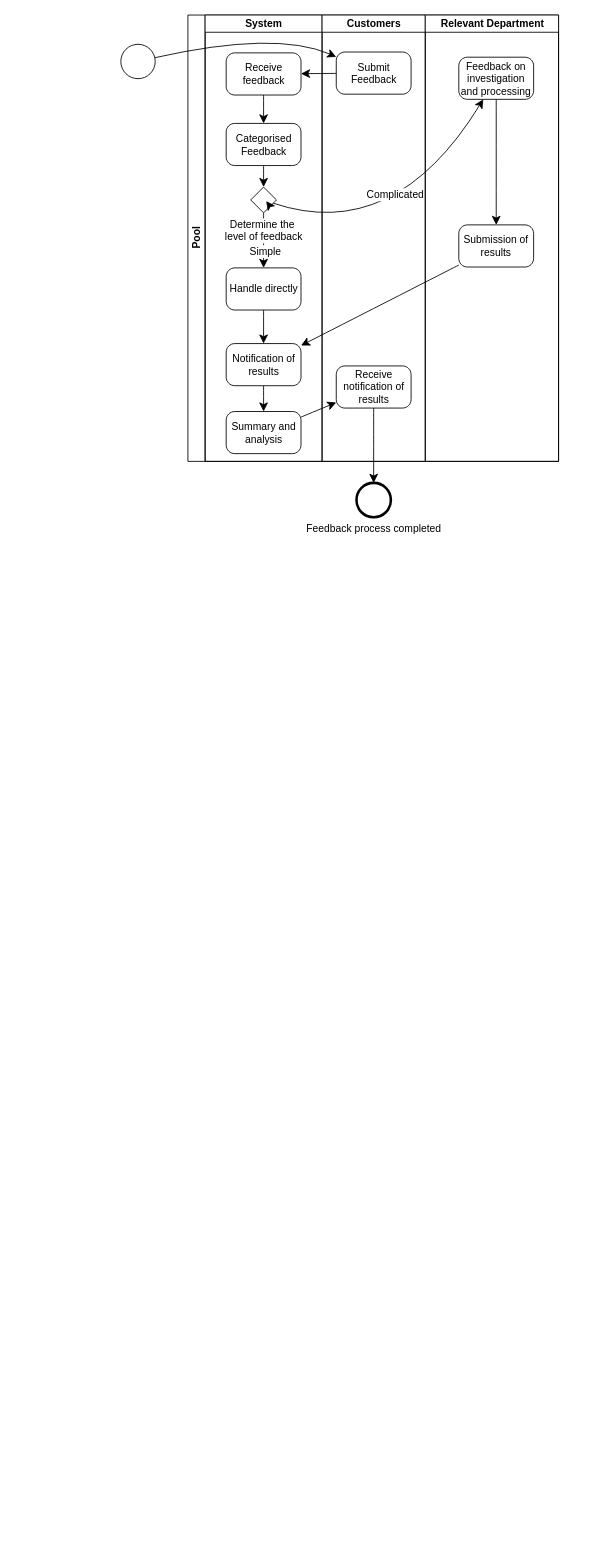
Above: 8.drawio in paasche0906/draw.io (draw.io), before the change. Source tidied: cells renumbered, new cells numbered last; positions are measured from the earlier drawing's top-left corner, leaving out a move shared by most shapes. Both pictures are drawn from the tidied source at 86%, with x=0, y=0 at pixel (120, 15).
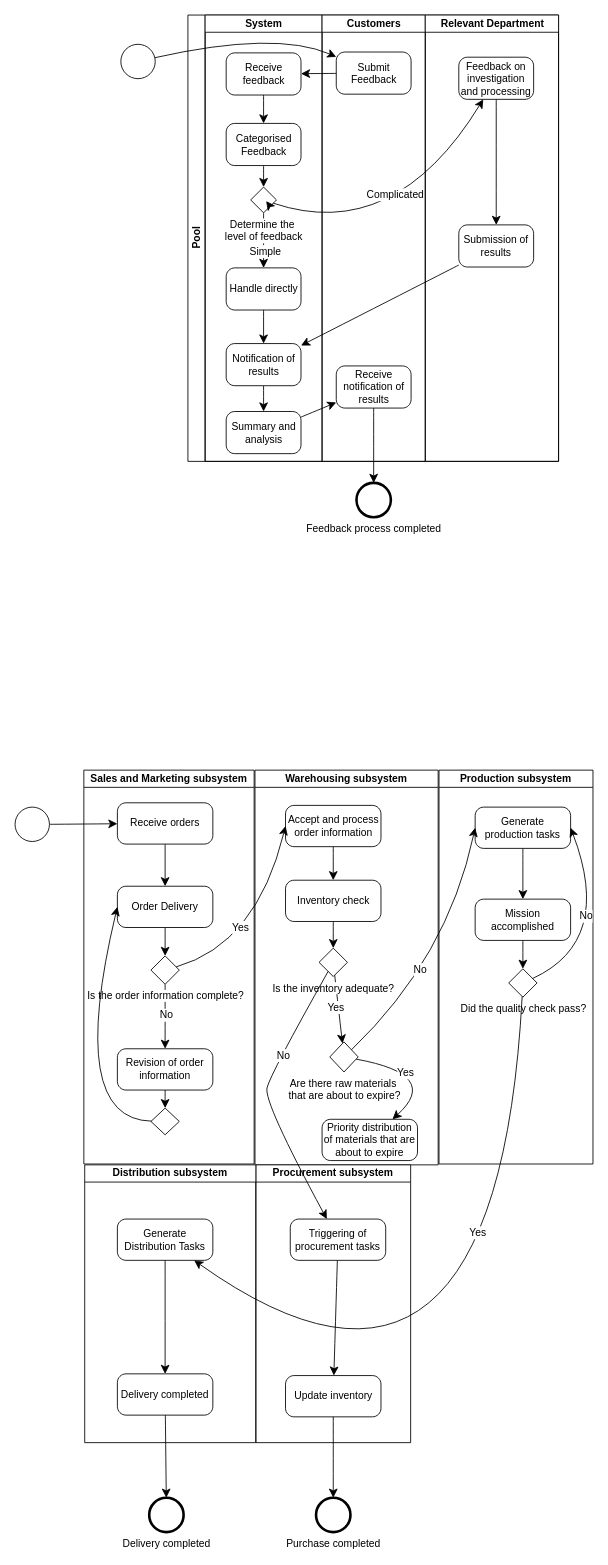
The same diagram, later.

What changed in the source:
```diff
@@
+    <mxCell id="33" value="Sales and Marketing subsystem" style="swimlane;startSize=20;whiteSpace=wrap;html=1;" parent="1" vertex="1">
+      <mxGeometry x="-43" y="878" width="198" height="458" as="geometry" />
+    </mxCell>
+    <mxCell id="34" style="edgeStyle=none;curved=1;rounded=0;jettySize=auto;html=1;fontSize=12;startSize=8;endSize=8;" parent="33" edge="1" source="35" target="37">
+      <mxGeometry relative="1" as="geometry" />
+    </mxCell>
+    <mxCell id="35" value="Receive orders" style="points=[[0.25,0,0],[0.5,0,0],[0.75,0,0],[1,0.25,0],[1,0.5,0],[1,0.75,0],[0.75,1,0],[0.5,1,0],[0.25,1,0],[0,0.75,0],[0,0.5,0],[0,0.25,0]];shape=mxgraph.bpmn.task;whiteSpace=wrap;rectStyle=rounded;size=10;html=1;taskMarker=abstract;" parent="33" vertex="1">
+      <mxGeometry x="39" y="38" width="111" height="48" as="geometry" />
+    </mxCell>
+    <mxCell id="36" style="edgeStyle=none;curved=1;rounded=0;jettySize=auto;html=1;fontSize=12;startSize=8;endSize=8;" parent="33" edge="1" source="37" target="40">
+      <mxGeometry relative="1" as="geometry" />
+    </mxCell>
+    <mxCell id="37" value="Order Delivery" style="points=[[0.25,0,0],[0.5,0,0],[0.75,0,0],[1,0.25,0],[1,0.5,0],[1,0.75,0],[0.75,1,0],[0.5,1,0],[0.25,1,0],[0,0.75,0],[0,0.5,0],[0,0.25,0]];shape=mxgraph.bpmn.task;whiteSpace=wrap;rectStyle=rounded;size=10;html=1;taskMarker=abstract;" parent="33" vertex="1">
+      <mxGeometry x="39" y="135" width="111" height="48" as="geometry" />
+    </mxCell>
+    <mxCell id="38" style="edgeStyle=none;curved=1;rounded=0;jettySize=auto;html=1;fontSize=12;startSize=8;endSize=8;" parent="33" edge="1" source="40" target="43">
+      <mxGeometry relative="1" as="geometry" />
+    </mxCell>
+    <mxCell id="39" value="No" style="edgeLabel;html=1;align=center;verticalAlign=middle;fontSize=12;" parent="38" vertex="1">
+      <mxGeometry x="-0.08" y="1" relative="1" as="geometry" />
+    </mxCell>
+    <mxCell id="40" value="Is the order information complete?" style="points=[[0.25,0.25,0],[0.5,0,0],[0.75,0.25,0],[1,0.5,0],[0.75,0.75,0],[0.5,1,0],[0.25,0.75,0],[0,0.5,0]];shape=mxgraph.bpmn.gateway2;html=1;verticalLabelPosition=bottom;labelBackgroundColor=#ffffff;verticalAlign=top;align=center;perimeter=rhombusPerimeter;outlineConnect=0;outline=none;symbol=none;" parent="33" vertex="1">
+      <mxGeometry x="78" y="216" width="33" height="33" as="geometry" />
+    </mxCell>
+    <mxCell id="41" style="points=[[0.25,0.25,0],[0.5,0,0],[0.75,0.25,0],[1,0.5,0],[0.75,0.75,0],[0.5,1,0],[0.25,0.75,0],[0,0.5,0]];shape=mxgraph.bpmn.gateway2;html=1;verticalLabelPosition=bottom;labelBackgroundColor=#ffffff;verticalAlign=top;align=center;perimeter=rhombusPerimeter;outlineConnect=0;outline=none;symbol=none;" parent="33" vertex="1">
+      <mxGeometry x="78" y="393" width="33" height="31" as="geometry" />
+    </mxCell>
+    <mxCell id="42" style="edgeStyle=none;curved=1;rounded=0;jettySize=auto;html=1;fontSize=12;startSize=8;endSize=8;" parent="33" edge="1" source="43" target="41">
+      <mxGeometry relative="1" as="geometry" />
+    </mxCell>
+    <mxCell id="43" value="Revision of order information" style="points=[[0.25,0,0],[0.5,0,0],[0.75,0,0],[1,0.25,0],[1,0.5,0],[1,0.75,0],[0.75,1,0],[0.5,1,0],[0.25,1,0],[0,0.75,0],[0,0.5,0],[0,0.25,0]];shape=mxgraph.bpmn.task;whiteSpace=wrap;rectStyle=rounded;size=10;html=1;taskMarker=abstract;" parent="33" vertex="1">
+      <mxGeometry x="39" y="324" width="111" height="48" as="geometry" />
+    </mxCell>
+    <mxCell id="44" style="edgeStyle=none;curved=1;rounded=0;jettySize=auto;html=1;entryX=0;entryY=0.5;entryDx=0;entryDy=0;entryPerimeter=0;fontSize=12;startSize=8;endSize=8;" parent="33" edge="1" source="41" target="37">
+      <mxGeometry relative="1" as="geometry">
+        <Array as="points">
+          <mxPoint x="-20" y="406" />
+        </Array>
+      </mxGeometry>
+    </mxCell>
+    <mxCell id="45" value="Warehousing subsystem" style="swimlane;startSize=20;whiteSpace=wrap;html=1;" parent="1" vertex="1">
+      <mxGeometry x="156" y="878" width="213" height="459" as="geometry" />
+    </mxCell>
+    <mxCell id="46" style="edgeStyle=none;curved=1;rounded=0;jettySize=auto;html=1;fontSize=12;startSize=8;endSize=8;" parent="45" edge="1" source="47" target="52">
+      <mxGeometry relative="1" as="geometry" />
+    </mxCell>
+    <mxCell id="47" value="Inventory check" style="points=[[0.25,0,0],[0.5,0,0],[0.75,0,0],[1,0.25,0],[1,0.5,0],[1,0.75,0],[0.75,1,0],[0.5,1,0],[0.25,1,0],[0,0.75,0],[0,0.5,0],[0,0.25,0]];shape=mxgraph.bpmn.task;whiteSpace=wrap;rectStyle=rounded;size=10;html=1;taskMarker=abstract;" parent="45" vertex="1">
+      <mxGeometry x="35.5" y="128" width="111" height="48" as="geometry" />
+    </mxCell>
+    <mxCell id="48" style="edgeStyle=none;curved=1;rounded=0;jettySize=auto;html=1;fontSize=12;startSize=8;endSize=8;" parent="45" edge="1" source="49" target="47">
+      <mxGeometry relative="1" as="geometry" />
+    </mxCell>
+    <mxCell id="49" value="Accept and process order information" style="points=[[0.25,0,0],[0.5,0,0],[0.75,0,0],[1,0.25,0],[1,0.5,0],[1,0.75,0],[0.75,1,0],[0.5,1,0],[0.25,1,0],[0,0.75,0],[0,0.5,0],[0,0.25,0]];shape=mxgraph.bpmn.task;whiteSpace=wrap;rectStyle=rounded;size=10;html=1;taskMarker=abstract;" parent="45" vertex="1">
+      <mxGeometry x="35.5" y="41" width="111" height="48" as="geometry" />
+    </mxCell>
+    <mxCell id="50" style="edgeStyle=none;curved=1;rounded=0;jettySize=auto;html=1;fontSize=12;startSize=8;endSize=8;" parent="45" edge="1" source="52" target="55">
+      <mxGeometry relative="1" as="geometry" />
+    </mxCell>
+    <mxCell id="51" value="Yes" style="edgeLabel;html=1;align=center;verticalAlign=middle;fontSize=12;" parent="50" vertex="1">
+      <mxGeometry x="-0.07" y="-3" relative="1" as="geometry" />
+    </mxCell>
+    <mxCell id="52" value="Is the inventory adequate?" style="points=[[0.25,0.25,0],[0.5,0,0],[0.75,0.25,0],[1,0.5,0],[0.75,0.75,0],[0.5,1,0],[0.25,0.75,0],[0,0.5,0]];shape=mxgraph.bpmn.gateway2;html=1;verticalLabelPosition=bottom;labelBackgroundColor=#ffffff;verticalAlign=top;align=center;perimeter=rhombusPerimeter;outlineConnect=0;outline=none;symbol=none;" parent="45" vertex="1">
+      <mxGeometry x="74.5" y="207" width="33" height="33" as="geometry" />
+    </mxCell>
+    <mxCell id="53" style="edgeStyle=none;curved=1;rounded=0;jettySize=auto;html=1;fontSize=12;startSize=8;endSize=8;" parent="45" edge="1" source="55" target="57">
+      <mxGeometry relative="1" as="geometry">
+        <Array as="points">
+          <mxPoint x="217" y="354" />
+        </Array>
+      </mxGeometry>
+    </mxCell>
+    <mxCell id="54" value="Yes" style="edgeLabel;html=1;align=center;verticalAlign=middle;fontSize=12;" parent="53" vertex="1">
+      <mxGeometry x="-0.34" y="-5" relative="1" as="geometry" />
+    </mxCell>
+    <mxCell id="55" value="Are there raw materials&amp;nbsp;&lt;div&gt;that are about to expire?&lt;/div&gt;" style="points=[[0.25,0.25,0],[0.5,0,0],[0.75,0.25,0],[1,0.5,0],[0.75,0.75,0],[0.5,1,0],[0.25,0.75,0],[0,0.5,0]];shape=mxgraph.bpmn.gateway2;html=1;verticalLabelPosition=bottom;labelBackgroundColor=#ffffff;verticalAlign=top;align=center;perimeter=rhombusPerimeter;outlineConnect=0;outline=none;symbol=none;" parent="45" vertex="1">
+      <mxGeometry x="87" y="316" width="33" height="35" as="geometry" />
+    </mxCell>
+    <mxCell id="56" style="edgeStyle=none;curved=1;rounded=0;orthogonalLoop=1;jettySize=auto;html=1;exitX=0.75;exitY=0.75;exitDx=0;exitDy=0;exitPerimeter=0;fontSize=12;startSize=8;endSize=8;" parent="45" edge="1" source="55" target="55">
+      <mxGeometry relative="1" as="geometry" />
+    </mxCell>
+    <mxCell id="57" value="Priority distribution of materials that are about to expire" style="points=[[0.25,0,0],[0.5,0,0],[0.75,0,0],[1,0.25,0],[1,0.5,0],[1,0.75,0],[0.75,1,0],[0.5,1,0],[0.25,1,0],[0,0.75,0],[0,0.5,0],[0,0.25,0]];shape=mxgraph.bpmn.task;whiteSpace=wrap;rectStyle=rounded;size=10;html=1;taskMarker=abstract;" parent="45" vertex="1">
+      <mxGeometry x="78" y="406" width="111" height="48" as="geometry" />
+    </mxCell>
+    <mxCell id="58" value="Production subsystem" style="swimlane;startSize=20;whiteSpace=wrap;html=1;" parent="1" vertex="1">
+      <mxGeometry x="370" y="878" width="179" height="458" as="geometry" />
+    </mxCell>
+    <mxCell id="59" style="edgeStyle=none;curved=1;rounded=0;jettySize=auto;html=1;fontSize=12;startSize=8;endSize=8;" parent="58" edge="1" source="60" target="62">
+      <mxGeometry relative="1" as="geometry" />
+    </mxCell>
+    <mxCell id="60" value="Generate production tasks" style="points=[[0.25,0,0],[0.5,0,0],[0.75,0,0],[1,0.25,0],[1,0.5,0],[1,0.75,0],[0.75,1,0],[0.5,1,0],[0.25,1,0],[0,0.75,0],[0,0.5,0],[0,0.25,0]];shape=mxgraph.bpmn.task;whiteSpace=wrap;rectStyle=rounded;size=10;html=1;taskMarker=abstract;" parent="58" vertex="1">
+      <mxGeometry x="42" y="43" width="111" height="48" as="geometry" />
+    </mxCell>
+    <mxCell id="61" style="edgeStyle=none;curved=1;rounded=0;jettySize=auto;html=1;fontSize=12;startSize=8;endSize=8;" parent="58" edge="1" source="62" target="63">
+      <mxGeometry relative="1" as="geometry" />
+    </mxCell>
+    <mxCell id="62" value="Mission accomplished" style="points=[[0.25,0,0],[0.5,0,0],[0.75,0,0],[1,0.25,0],[1,0.5,0],[1,0.75,0],[0.75,1,0],[0.5,1,0],[0.25,1,0],[0,0.75,0],[0,0.5,0],[0,0.25,0]];shape=mxgraph.bpmn.task;whiteSpace=wrap;rectStyle=rounded;size=10;html=1;taskMarker=abstract;" parent="58" vertex="1">
+      <mxGeometry x="42" y="150" width="111" height="48" as="geometry" />
+    </mxCell>
+    <mxCell id="63" value="Did the quality check pass?" style="points=[[0.25,0.25,0],[0.5,0,0],[0.75,0.25,0],[1,0.5,0],[0.75,0.75,0],[0.5,1,0],[0.25,0.75,0],[0,0.5,0]];shape=mxgraph.bpmn.gateway2;html=1;verticalLabelPosition=bottom;labelBackgroundColor=#ffffff;verticalAlign=top;align=center;perimeter=rhombusPerimeter;outlineConnect=0;outline=none;symbol=none;" parent="58" vertex="1">
+      <mxGeometry x="81" y="231" width="33" height="33" as="geometry" />
+    </mxCell>
+    <mxCell id="64" style="edgeStyle=none;curved=1;rounded=0;jettySize=auto;html=1;entryX=1;entryY=0.5;entryDx=0;entryDy=0;entryPerimeter=0;fontSize=12;startSize=8;endSize=8;" parent="58" edge="1" source="63" target="60">
+      <mxGeometry relative="1" as="geometry">
+        <Array as="points">
+          <mxPoint x="203" y="199" />
+        </Array>
+      </mxGeometry>
+    </mxCell>
+    <mxCell id="65" value="No" style="edgeLabel;html=1;align=center;verticalAlign=middle;fontSize=12;" parent="64" vertex="1">
+      <mxGeometry x="0.16" y="20" relative="1" as="geometry">
+        <mxPoint y="-1" as="offset" />
+      </mxGeometry>
+    </mxCell>
+    <mxCell id="66" value="Procurement subsystem" style="swimlane;startSize=20;whiteSpace=wrap;html=1;" parent="1" vertex="1">
+      <mxGeometry x="157" y="1337" width="180" height="323" as="geometry" />
+    </mxCell>
+    <mxCell id="67" style="edgeStyle=none;curved=1;rounded=0;jettySize=auto;html=1;fontSize=12;startSize=8;endSize=8;" parent="66" edge="1" source="68" target="69">
+      <mxGeometry relative="1" as="geometry" />
+    </mxCell>
+    <mxCell id="68" value="Triggering of procurement tasks" style="points=[[0.25,0,0],[0.5,0,0],[0.75,0,0],[1,0.25,0],[1,0.5,0],[1,0.75,0],[0.75,1,0],[0.5,1,0],[0.25,1,0],[0,0.75,0],[0,0.5,0],[0,0.25,0]];shape=mxgraph.bpmn.task;whiteSpace=wrap;rectStyle=rounded;size=10;html=1;taskMarker=abstract;" parent="66" vertex="1">
+      <mxGeometry x="40" y="63" width="111" height="48" as="geometry" />
+    </mxCell>
+    <mxCell id="69" value="Update inventory" style="points=[[0.25,0,0],[0.5,0,0],[0.75,0,0],[1,0.25,0],[1,0.5,0],[1,0.75,0],[0.75,1,0],[0.5,1,0],[0.25,1,0],[0,0.75,0],[0,0.5,0],[0,0.25,0]];shape=mxgraph.bpmn.task;whiteSpace=wrap;rectStyle=rounded;size=10;html=1;taskMarker=abstract;" parent="66" vertex="1">
+      <mxGeometry x="34.5" y="245" width="111" height="48" as="geometry" />
+    </mxCell>
+    <mxCell id="70" style="edgeStyle=none;curved=1;rounded=0;jettySize=auto;html=1;fontSize=12;startSize=8;endSize=8;" parent="1" edge="1" source="71" target="35">
+      <mxGeometry relative="1" as="geometry" />
+    </mxCell>
+    <mxCell id="71" style="points=[[0.145,0.145,0],[0.5,0,0],[0.855,0.145,0],[1,0.5,0],[0.855,0.855,0],[0.5,1,0],[0.145,0.855,0],[0,0.5,0]];shape=mxgraph.bpmn.event;html=1;verticalLabelPosition=bottom;labelBackgroundColor=#ffffff;verticalAlign=top;align=center;perimeter=ellipsePerimeter;outlineConnect=0;outline=standard;symbol=general;" parent="1" vertex="1">
+      <mxGeometry x="-123" y="921" width="40" height="40" as="geometry" />
+    </mxCell>
+    <mxCell id="72" value="Distribution subsystem" style="swimlane;startSize=20;whiteSpace=wrap;html=1;" parent="1" vertex="1">
+      <mxGeometry x="-42" y="1337" width="199" height="323" as="geometry" />
+    </mxCell>
+    <mxCell id="73" style="edgeStyle=none;curved=1;rounded=0;jettySize=auto;html=1;fontSize=12;startSize=8;endSize=8;" parent="72" edge="1" source="74" target="75">
+      <mxGeometry relative="1" as="geometry" />
+    </mxCell>
+    <mxCell id="74" value="Generate Distribution Tasks" style="points=[[0.25,0,0],[0.5,0,0],[0.75,0,0],[1,0.25,0],[1,0.5,0],[1,0.75,0],[0.75,1,0],[0.5,1,0],[0.25,1,0],[0,0.75,0],[0,0.5,0],[0,0.25,0]];shape=mxgraph.bpmn.task;whiteSpace=wrap;rectStyle=rounded;size=10;html=1;taskMarker=abstract;" parent="72" vertex="1">
+      <mxGeometry x="38" y="63" width="111" height="48" as="geometry" />
+    </mxCell>
+    <mxCell id="75" value="Delivery completed" style="points=[[0.25,0,0],[0.5,0,0],[0.75,0,0],[1,0.25,0],[1,0.5,0],[1,0.75,0],[0.75,1,0],[0.5,1,0],[0.25,1,0],[0,0.75,0],[0,0.5,0],[0,0.25,0]];shape=mxgraph.bpmn.task;whiteSpace=wrap;rectStyle=rounded;size=10;html=1;taskMarker=abstract;" parent="72" vertex="1">
+      <mxGeometry x="38" y="243" width="111" height="48" as="geometry" />
+    </mxCell>
+    <mxCell id="76" style="edgeStyle=none;curved=1;rounded=0;jettySize=auto;html=1;entryX=0;entryY=0.5;entryDx=0;entryDy=0;entryPerimeter=0;fontSize=12;startSize=8;endSize=8;" parent="1" edge="1" source="40" target="49">
+      <mxGeometry relative="1" as="geometry">
+        <Array as="points">
+          <mxPoint x="158" y="1080" />
+        </Array>
+      </mxGeometry>
+    </mxCell>
+    <mxCell id="77" value="Yes" style="edgeLabel;html=1;align=center;verticalAlign=middle;fontSize=12;" parent="76" vertex="1">
+      <mxGeometry x="-0.06" y="24" relative="1" as="geometry" />
+    </mxCell>
+    <mxCell id="78" style="edgeStyle=none;curved=1;rounded=0;jettySize=auto;html=1;fontSize=12;startSize=8;endSize=8;" parent="1" edge="1" source="52" target="68">
+      <mxGeometry relative="1" as="geometry">
+        <Array as="points">
+          <mxPoint x="174" y="1231" />
+          <mxPoint x="166" y="1264" />
+        </Array>
+      </mxGeometry>
+    </mxCell>
+    <mxCell id="79" value="No" style="edgeLabel;html=1;align=center;verticalAlign=middle;fontSize=12;" parent="78" vertex="1">
+      <mxGeometry x="-0.32" y="2" relative="1" as="geometry" />
+    </mxCell>
+    <mxCell id="80" style="edgeStyle=none;curved=1;rounded=0;jettySize=auto;html=1;entryX=0;entryY=0.5;entryDx=0;entryDy=0;entryPerimeter=0;fontSize=12;startSize=8;endSize=8;" parent="1" edge="1" source="55" target="60">
+      <mxGeometry relative="1" as="geometry">
+        <Array as="points">
+          <mxPoint x="380" y="1096" />
+        </Array>
+      </mxGeometry>
+    </mxCell>
+    <mxCell id="81" value="No" style="edgeLabel;html=1;align=center;verticalAlign=middle;fontSize=12;" parent="80" vertex="1">
+      <mxGeometry x="-0.21" y="13" relative="1" as="geometry" />
+    </mxCell>
+    <mxCell id="82" style="edgeStyle=none;curved=1;rounded=0;jettySize=auto;html=1;fontSize=12;startSize=8;endSize=8;" parent="1" edge="1" source="63" target="74">
+      <mxGeometry relative="1" as="geometry">
+        <Array as="points">
+          <mxPoint x="437" y="1698" />
+        </Array>
+      </mxGeometry>
+    </mxCell>
+    <mxCell id="83" value="Yes" style="edgeLabel;html=1;align=center;verticalAlign=middle;fontSize=12;" parent="82" vertex="1">
+      <mxGeometry x="-0.44" y="-37" relative="1" as="geometry" />
+    </mxCell>
+    <mxCell id="84" value="Delivery completed" style="points=[[0.145,0.145,0],[0.5,0,0],[0.855,0.145,0],[1,0.5,0],[0.855,0.855,0],[0.5,1,0],[0.145,0.855,0],[0,0.5,0]];shape=mxgraph.bpmn.event;html=1;verticalLabelPosition=bottom;labelBackgroundColor=#ffffff;verticalAlign=top;align=center;perimeter=ellipsePerimeter;outlineConnect=0;outline=end;symbol=terminate2;" parent="1" vertex="1">
+      <mxGeometry x="33" y="1724" width="40" height="40" as="geometry" />
+    </mxCell>
+    <mxCell id="85" value="Purchase completed" style="points=[[0.145,0.145,0],[0.5,0,0],[0.855,0.145,0],[1,0.5,0],[0.855,0.855,0],[0.5,1,0],[0.145,0.855,0],[0,0.5,0]];shape=mxgraph.bpmn.event;html=1;verticalLabelPosition=bottom;labelBackgroundColor=#ffffff;verticalAlign=top;align=center;perimeter=ellipsePerimeter;outlineConnect=0;outline=end;symbol=terminate2;" parent="1" vertex="1">
+      <mxGeometry x="227" y="1724" width="40" height="40" as="geometry" />
+    </mxCell>
+    <mxCell id="86" style="edgeStyle=none;curved=1;rounded=0;jettySize=auto;html=1;fontSize=12;startSize=8;endSize=8;" parent="1" edge="1" source="69" target="85">
+      <mxGeometry relative="1" as="geometry" />
+    </mxCell>
+    <mxCell id="87" style="edgeStyle=none;curved=1;rounded=0;jettySize=auto;html=1;fontSize=12;startSize=8;endSize=8;" parent="1" edge="1" source="75" target="84">
+      <mxGeometry relative="1" as="geometry" />
+    </mxCell>
```
